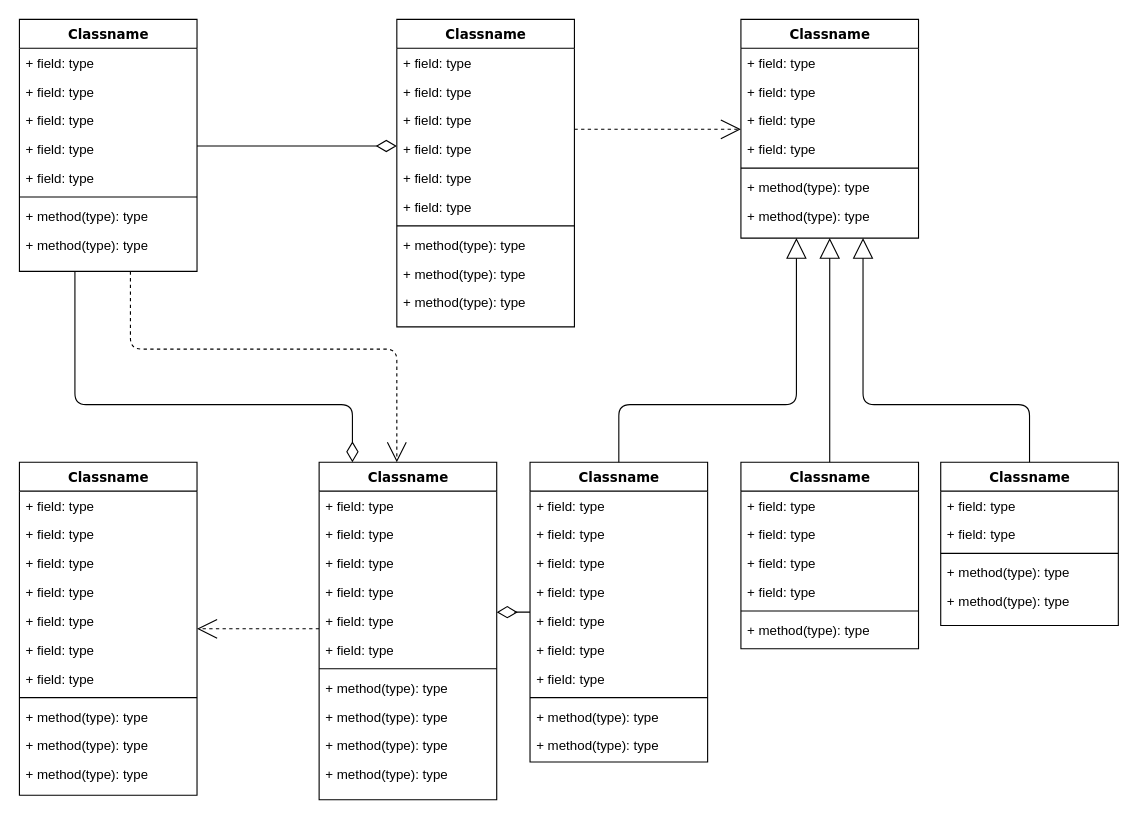
The draw.io diagram Діаграма без назви.drawio in OlegSokolovV/Test, before the edit. Source tidied: cells renumbered, new cells numbered last; positions are measured from the earlier drawing's top-left corner, leaving out a move shared by most shapes. Both pictures are drawn from the tidied source at 111%, with x=0, y=0 at pixel (19, 19).
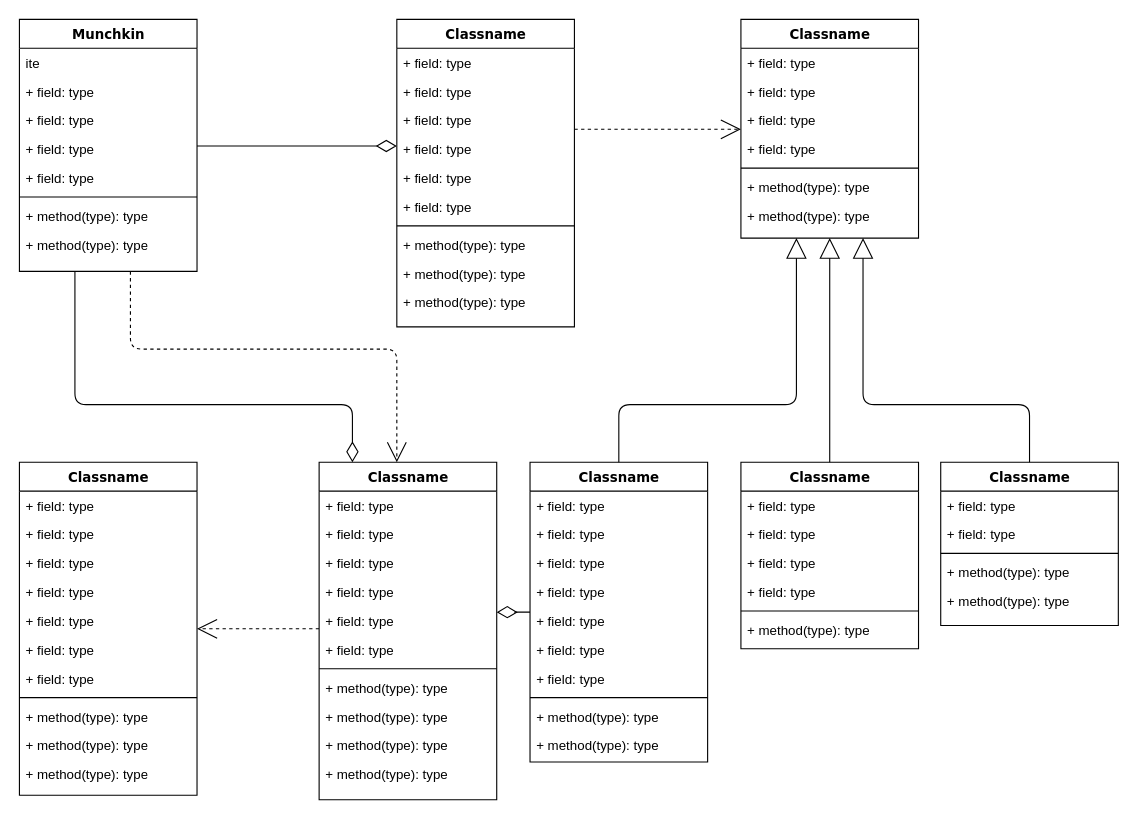
Above is the later version.

Change to the diagram source:
```diff
@@
-    <mxCell id="4" value="Classname" style="swimlane;html=1;fontStyle=1;align=center;verticalAlign=top;horizontal=1;startSize=26;swimlaneFillColor=#ffffff;rounded=0;shadow=0;comic=0;labelBackgroundColor=none;strokeWidth=1;fillColor=none;fontFamily=Verdana;fontSize=12;" parent="1" vertex="1">
+    <mxCell id="4" value="Munchkin" style="swimlane;html=1;fontStyle=1;align=center;verticalAlign=top;horizontal=1;startSize=26;swimlaneFillColor=#ffffff;rounded=0;shadow=0;comic=0;labelBackgroundColor=none;strokeWidth=1;fillColor=none;fontFamily=Verdana;fontSize=12;" parent="1" vertex="1">
       <mxGeometry width="160" height="227" as="geometry" />
     </mxCell>
-    <mxCell id="5" value="+ field: type" style="text;html=1;strokeColor=none;fillColor=none;align=left;verticalAlign=top;spacingLeft=4;spacingRight=4;whiteSpace=wrap;overflow=hidden;" parent="4" vertex="1">
+    <mxCell id="5" value="ite" style="text;html=1;strokeColor=none;fillColor=none;align=left;verticalAlign=top;spacingLeft=4;spacingRight=4;whiteSpace=wrap;overflow=hidden;" parent="4" vertex="1">
       <mxGeometry y="26" width="160" height="26" as="geometry" />
     </mxCell>
```
